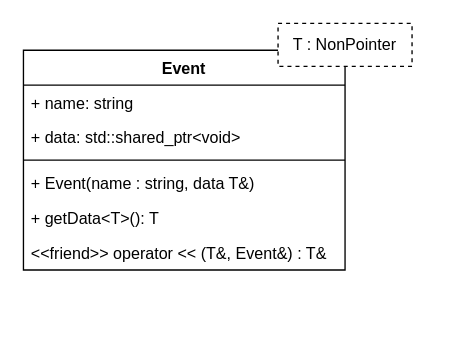
Before: diagrams/event.drawio in LasseGoransson/ESD-E2020, a draw.io diagram. Source tidied: cells renumbered, new cells numbered last; positions are measured from the earlier drawing's top-left corner, leaving out a move shared by most shapes. Both pictures are drawn from the tidied source at 134%, with x=0, y=0 at pixel (23, 23).
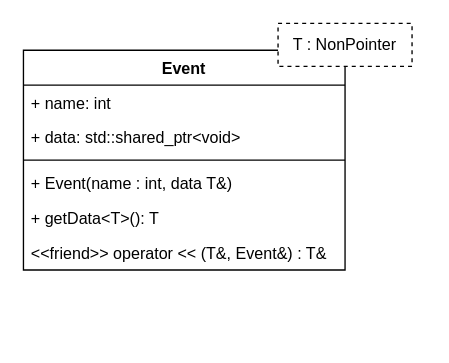
After the change.

Commit message:
Updated event diagram

Diff of the diagram source:
```diff
@@
 <mxGraphModel>
   <root>
     <mxCell id="0" />
     <mxCell id="1" parent="0" />
     <mxCell id="2" style="group;" parent="1" vertex="1">
       <mxGeometry width="300" height="236" as="geometry" />
     </mxCell>
     <mxCell id="3" value="Event" style="swimlane;fontStyle=1;align=center;verticalAlign=top;horizontal=1;startSize=26;" parent="2" vertex="1">
       <mxGeometry y="20" width="240" height="164" as="geometry" />
     </mxCell>
-    <mxCell id="4" value="+ name: string" style="text;strokeColor=none;fillColor=none;align=left;verticalAlign=top;spacingLeft=4;spacingRight=4;overflow=hidden;" parent="3" vertex="1">
+    <mxCell id="4" value="+ name: int" style="text;strokeColor=none;fillColor=none;align=left;verticalAlign=top;spacingLeft=4;spacingRight=4;overflow=hidden;" parent="3" vertex="1">
       <mxGeometry y="26" width="240" height="26" as="geometry" />
     </mxCell>
     <mxCell id="5" value="+ data: std::shared_ptr&lt;void&gt;" style="text;strokeColor=none;fillColor=none;align=left;verticalAlign=top;spacingLeft=4;spacingRight=4;overflow=hidden;" parent="3" vertex="1">
       <mxGeometry y="52" width="240" height="26" as="geometry" />
     </mxCell>
     <mxCell id="6" style="line;strokeWidth=1;fillColor=none;align=left;verticalAlign=middle;spacingTop=-1;spacingLeft=3;spacingRight=3;labelPosition=right;" parent="3" vertex="1">
       <mxGeometry y="78" width="240" height="8" as="geometry" />
     </mxCell>
-    <mxCell id="7" value="+ Event(name : string, data T&amp;)" style="text;strokeColor=none;fillColor=none;align=left;verticalAlign=top;spacingLeft=4;spacingRight=4;overflow=hidden;" parent="3" vertex="1">
+    <mxCell id="7" value="+ Event(name : int, data T&amp;)" style="text;strokeColor=none;fillColor=none;align=left;verticalAlign=top;spacingLeft=4;spacingRight=4;overflow=hidden;" parent="3" vertex="1">
       <mxGeometry y="86" width="240" height="26" as="geometry" />
     </mxCell>
     <mxCell id="8" value="+ getData&lt;T&gt;(): T" style="text;strokeColor=none;fillColor=none;align=left;verticalAlign=top;spacingLeft=4;spacingRight=4;overflow=hidden;" parent="3" vertex="1">
       <mxGeometry y="112" width="240" height="26" as="geometry" />
     </mxCell>
     <mxCell id="9" value="&lt;&lt;friend&gt;&gt; operator &lt;&lt; (T&amp;, Event&amp;) : T&amp;" style="text;strokeColor=none;fillColor=none;align=left;verticalAlign=top;spacingLeft=4;spacingRight=4;overflow=hidden;" parent="3" vertex="1">
       <mxGeometry y="138" width="240" height="26" as="geometry" />
     </mxCell>
     <mxCell id="10" value="T : NonPointer" style="rounded=0;whiteSpace=wrap;html=1;dashed=1;" parent="2" vertex="1">
       <mxGeometry x="190" width="100" height="32" as="geometry" />
     </mxCell>
   </root>
 </mxGraphModel>
```
